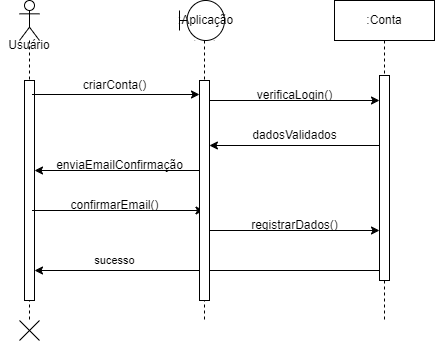
Earlier version of the draw.io export Diagrama_sequencia_cadastrar.png (ThePlano/Projeto-CC5511---ENGENHARIA-DE-SOFTWARE). Source tidied: cells renumbered, new cells last; positions are measured from the earlier drawing's top-left corner, leaving out a move shared by most shapes.
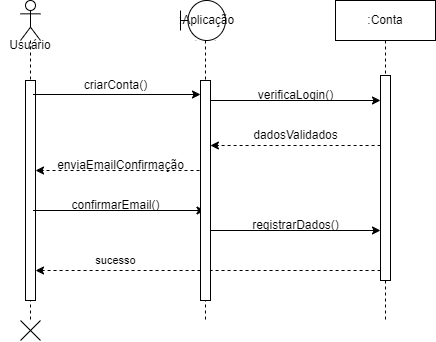
After the commit.

Diff of the diagram source:
```diff
@@ -20,7 +20,7 @@
     <mxCell id="6" value="criarConta()" style="text;html=1;align=center;verticalAlign=middle;strokeColor=none;fillColor=none;" parent="1" vertex="1">
       <mxGeometry x="70" y="70" width="90" height="30" as="geometry" />
     </mxCell>
-    <mxCell id="7" style="endArrow=classic;html=1;rounded=0;" parent="1" edge="1" target="3">
+    <mxCell id="7" style="endArrow=classic;html=1;rounded=0;dashed=1;" parent="1" edge="1" target="3">
       <mxGeometry relative="1" as="geometry">
         <mxPoint x="205" y="170" as="sourcePoint" />
       </mxGeometry>
@@ -31,16 +31,16 @@
         <mxPoint x="380" y="100" as="targetPoint" />
       </mxGeometry>
     </mxCell>
-    <mxCell id="9" style="endArrow=classic;html=1;rounded=0;" parent="1" edge="1">
+    <mxCell id="9" style="endArrow=classic;html=1;rounded=0;dashed=1;" parent="1" edge="1">
       <mxGeometry relative="1" as="geometry">
         <mxPoint x="380.1" y="145" as="sourcePoint" />
         <mxPoint x="209.9" y="145" as="targetPoint" />
       </mxGeometry>
     </mxCell>
-    <mxCell id="10" value="dadosValidados" style="text;html=1;align=center;verticalAlign=middle;strokeColor=none;fillColor=none;" parent="1" vertex="1">
+    <mxCell id="10" value="dadosValidados" style="text;html=1;align=center;verticalAlign=middle;strokeColor=none;fillColor=none;dashed=1;" parent="1" vertex="1">
       <mxGeometry x="240" y="120" width="110" height="30" as="geometry" />
     </mxCell>
-    <mxCell id="11" value="enviaEmailConfirmação" style="text;html=1;align=center;verticalAlign=middle;strokeColor=none;fillColor=none;" parent="1" vertex="1">
+    <mxCell id="11" value="enviaEmailConfirmação" style="text;html=1;align=center;verticalAlign=middle;strokeColor=none;fillColor=none;dashed=1;" parent="1" vertex="1">
       <mxGeometry x="45" y="150" width="150" height="30" as="geometry" />
     </mxCell>
     <mxCell id="12" style="shape=mxgraph.sysml.x;" parent="1" vertex="1">
@@ -76,7 +76,7 @@
     <mxCell id="19" value="registrarDados()" style="text;html=1;align=center;verticalAlign=middle;strokeColor=none;fillColor=none;" parent="1" vertex="1">
       <mxGeometry x="240" y="210" width="110" height="30" as="geometry" />
     </mxCell>
-    <mxCell id="20" value="sucesso" style="endArrow=classic;html=1;rounded=0;" parent="1" edge="1" target="3">
+    <mxCell id="20" value="sucesso" style="endArrow=classic;html=1;rounded=0;dashed=1;" parent="1" edge="1" target="3">
       <mxGeometry x="0.54" y="-10" relative="1" as="geometry">
         <mxPoint x="380.1" y="270" as="sourcePoint" />
       </mxGeometry>
```
